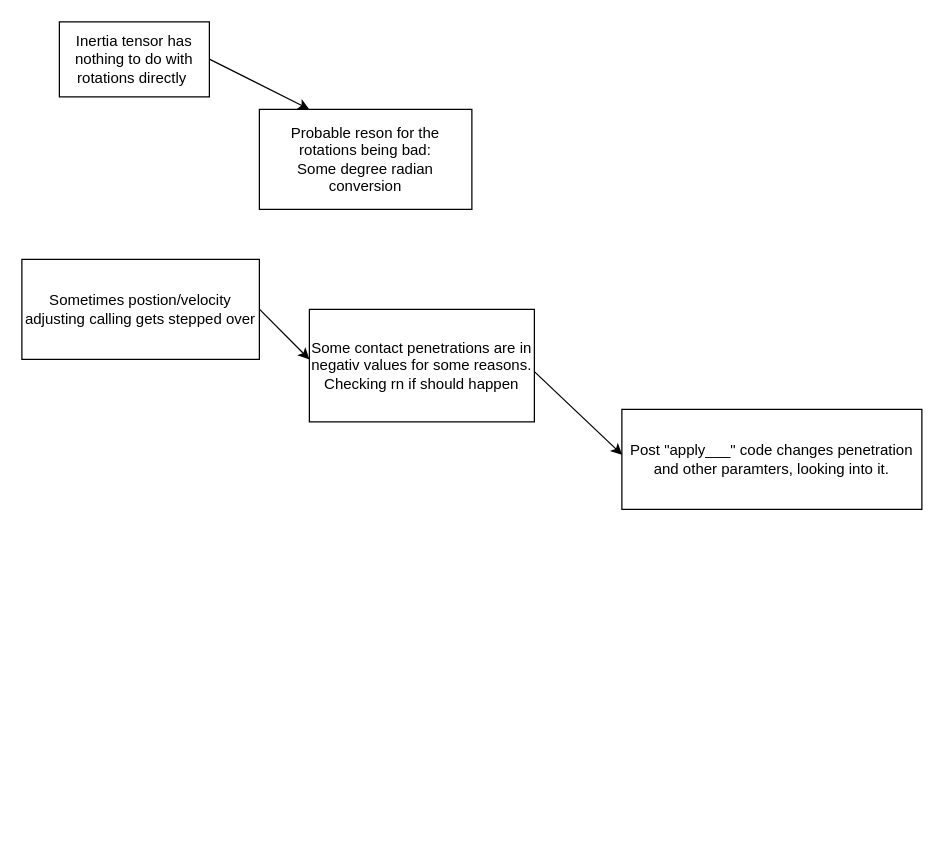
The draw.io diagram Diagrams/Contact.drawio in Infiteri/Cpp3DNew, before the edit. Source tidied: cells renumbered, new cells numbered last; positions are measured from the earlier drawing's top-left corner, leaving out a move shared by most shapes. Both pictures are drawn from the tidied source at 125%, with x=0, y=0 at pixel (21, 21).
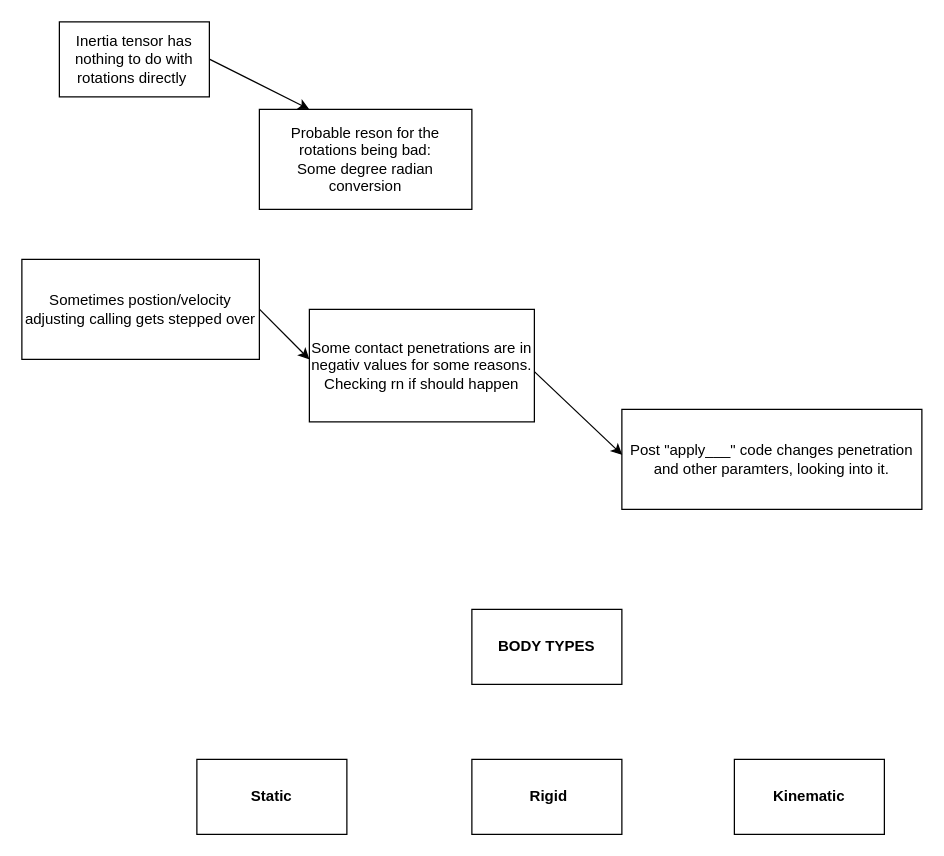
After the change.

The edit, as a diff of the source:
```diff
@@
 <mxGraphModel>
   <root>
     <mxCell id="0" />
     <mxCell id="1" parent="0" />
     <mxCell id="2" value="Inertia tensor has nothing to do with rotations directly&amp;nbsp;" style="whiteSpace=wrap;html=1;" parent="1" vertex="1">
       <mxGeometry x="30" width="120" height="60" as="geometry" />
     </mxCell>
     <mxCell id="3" style="edgeStyle=none;orthogonalLoop=1;jettySize=auto;html=1;" parent="1" edge="1">
       <mxGeometry relative="1" as="geometry">
         <mxPoint x="150" y="29.8" as="sourcePoint" />
         <mxPoint x="230" y="70" as="targetPoint" />
       </mxGeometry>
     </mxCell>
     <mxCell id="4" value="Probable reson for the rotations being bad:&lt;br&gt;Some degree radian conversion" style="whiteSpace=wrap;html=1;" parent="1" vertex="1">
       <mxGeometry x="190" y="70" width="170" height="80" as="geometry" />
     </mxCell>
     <mxCell id="5" value="Sometimes postion/velocity adjusting calling gets stepped over" style="whiteSpace=wrap;html=1;" parent="1" vertex="1">
       <mxGeometry y="190" width="190" height="80" as="geometry" />
     </mxCell>
     <mxCell id="6" value="Some contact penetrations are in negativ values for some reasons. Checking rn if should happen" style="whiteSpace=wrap;html=1;" parent="1" vertex="1">
       <mxGeometry x="230" y="230" width="180" height="90" as="geometry" />
     </mxCell>
     <mxCell id="7" style="edgeStyle=none;jettySize=auto;html=1;entryX=0;entryY=0.444;entryDx=0;entryDy=0;entryPerimeter=0;" parent="1" edge="1" target="6">
       <mxGeometry relative="1" as="geometry">
         <mxPoint x="190" y="229.8" as="sourcePoint" />
       </mxGeometry>
     </mxCell>
     <mxCell id="8" value="Post &quot;apply___&quot; code changes penetration and other paramters, looking into it." style="whiteSpace=wrap;html=1;" parent="1" vertex="1">
       <mxGeometry x="480" y="310" width="240" height="80" as="geometry" />
     </mxCell>
     <mxCell id="9" style="edgeStyle=none;jettySize=auto;html=1;entryX=0.001;entryY=0.455;entryDx=0;entryDy=0;entryPerimeter=0;" parent="1" edge="1" target="8">
       <mxGeometry relative="1" as="geometry">
         <mxPoint x="410" y="279.8" as="sourcePoint" />
       </mxGeometry>
     </mxCell>
+    <mxCell id="10" value="&lt;b&gt;BODY TYPES&lt;/b&gt;" style="whiteSpace=wrap;html=1;" parent="1" vertex="1">
+      <mxGeometry x="360" y="470" width="120" height="60" as="geometry" />
+    </mxCell>
+    <mxCell id="11" value="&lt;b&gt;&lt;span style=&quot;white-space: pre;&quot;&gt;&#9;&lt;/span&gt;Rigid&lt;span style=&quot;white-space: pre;&quot;&gt;&#9;&lt;/span&gt;&lt;/b&gt;" style="whiteSpace=wrap;html=1;" parent="1" vertex="1">
+      <mxGeometry x="360" y="590" width="120" height="60" as="geometry" />
+    </mxCell>
+    <mxCell id="12" value="Kinematic" style="whiteSpace=wrap;html=1;fontStyle=1;" parent="1" vertex="1">
+      <mxGeometry x="570" y="590" width="120" height="60" as="geometry" />
+    </mxCell>
+    <mxCell id="13" value="&lt;b&gt;Static&lt;/b&gt;" style="whiteSpace=wrap;html=1;" parent="1" vertex="1">
+      <mxGeometry x="140" y="590" width="120" height="60" as="geometry" />
+    </mxCell>
   </root>
 </mxGraphModel>
```
